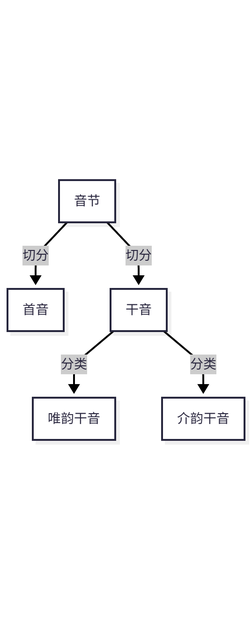
The Mermaid diagram YIME_Theory/flowchart/首干二分.png in tsaanghwang/Yime-prototype, before a commit. Its source is kept beside it as YIME_Theory/flowchart/首干二分.mmd.
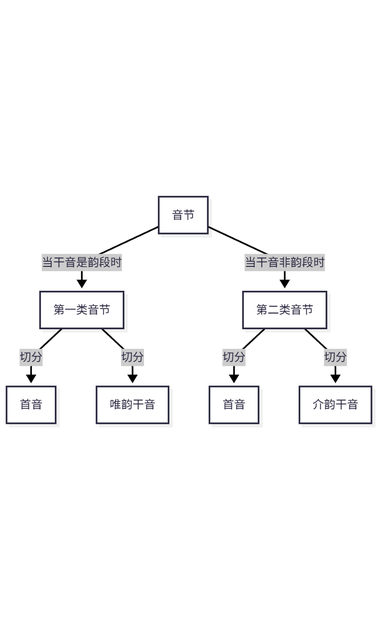
Later version of the same file.

Diff of the diagram source:
```diff
@@ -1,5 +1,7 @@
-graph TD
-    A[音节] ---> |切分|B[首音]
-    A --> |切分|C[干音]
-    C --> |分类|D[唯韵干音]
-    C --> |分类|E[介韵干音]
+graph TB
+    A[音节] --> |当干音是韵段时|B[第一类音节]
+    A --> |当干音非韵段时|C[第二类音节]
+    B --> |切分|D[首音]
+    B --> |切分|E[唯韵干音]
+    C --> |切分|F[首音]
+    C --> |切分|G[介韵干音]
```
